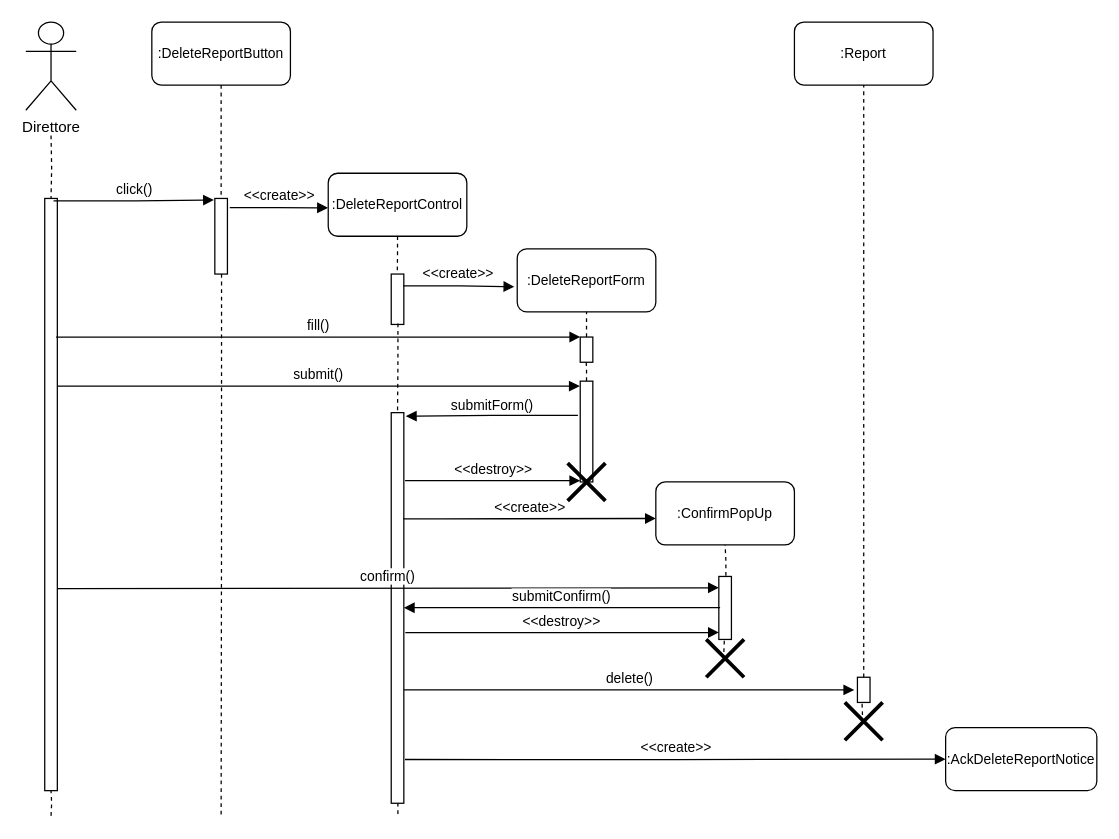
Before: Documentazione/Resources/Sequence Diagram DeleteReport.drawio in Alberto-00/EasyPass, a draw.io diagram. Source tidied: cells renumbered, new cells numbered last; positions are measured from the earlier drawing's top-left corner, leaving out a move shared by most shapes. Both pictures are drawn from the tidied source at 126%, with x=0, y=0 at pixel (25, 21).
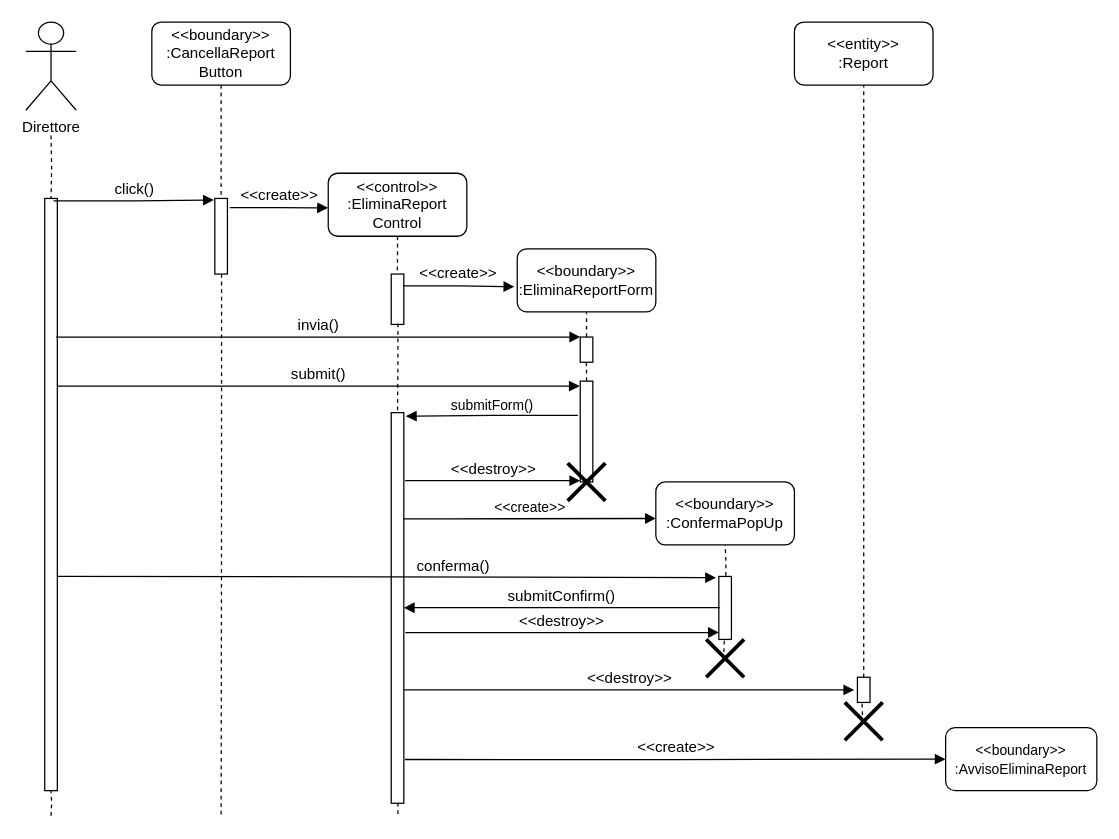
The same page after the edit.

Commit message (it also covers changes not shown here):
Sequence e Class Diagram

The change refers to these unchanged cells:
```xml
<mxCell id="4" style="html=1;points=[];perimeter=orthogonalPerimeter;" parent="1" vertex="1">
  <mxGeometry x="15" y="140" width="10" height="470" as="geometry" />
</mxCell>
<mxCell id="8" style="html=1;points=[];perimeter=orthogonalPerimeter;" parent="1" vertex="1">
  <mxGeometry x="150" y="140" width="10" height="60" as="geometry" />
</mxCell>
<mxCell id="12" style="html=1;points=[];perimeter=orthogonalPerimeter;" parent="1" vertex="1">
  <mxGeometry x="290" y="200" width="10" height="40" as="geometry" />
</mxCell>
<mxCell id="22" style="html=1;points=[];perimeter=orthogonalPerimeter;" parent="1" vertex="1">
  <mxGeometry x="290" y="310" width="10" height="310" as="geometry" />
</mxCell>
<mxCell id="24" style="html=1;points=[];perimeter=orthogonalPerimeter;" parent="1" vertex="1">
  <mxGeometry x="440" y="285" width="10" height="80" as="geometry" />
</mxCell>
<mxCell id="30" style="html=1;points=[];perimeter=orthogonalPerimeter;" parent="1" vertex="1">
  <mxGeometry x="660" y="520" width="10" height="20" as="geometry" />
</mxCell>
<mxCell id="34" style="html=1;points=[];perimeter=orthogonalPerimeter;" parent="1" vertex="1">
  <mxGeometry x="550" y="440" width="10" height="50" as="geometry" />
</mxCell>
```

What changed in the source:
```diff
@@
-    <mxCell id="5" value="click()" style="html=1;verticalAlign=bottom;endArrow=block;rounded=0;edgeStyle=orthogonalEdgeStyle;entryX=-0.071;entryY=0.02;entryDx=0;entryDy=0;entryPerimeter=0;exitX=0.7;exitY=0.004;exitDx=0;exitDy=0;exitPerimeter=0;" parent="1" edge="1" source="4" target="8">
+    <mxCell id="5" value="&lt;font style=&quot;font-size: 12px&quot;&gt;click()&lt;/font&gt;" style="html=1;verticalAlign=bottom;endArrow=block;rounded=0;edgeStyle=orthogonalEdgeStyle;entryX=-0.071;entryY=0.02;entryDx=0;entryDy=0;entryPerimeter=0;exitX=0.7;exitY=0.004;exitDx=0;exitDy=0;exitPerimeter=0;" parent="1" edge="1" source="4" target="8">
       <mxGeometry relative="1" as="geometry" />
     </mxCell>
-    <mxCell id="6" value="&lt;font style=&quot;font-size: 11px&quot;&gt;:DeleteReportButton&lt;/font&gt;" style="rounded=1;whiteSpace=wrap;html=1;" parent="1" vertex="1">
+    <mxCell id="6" value="&lt;font style=&quot;font-size: 12px&quot;&gt;&amp;lt;&amp;lt;boundary&amp;gt;&amp;gt;&lt;br&gt;:CancellaReport&lt;br&gt;Button&lt;/font&gt;" style="rounded=1;whiteSpace=wrap;html=1;" parent="1" vertex="1">
       <mxGeometry x="100" width="110" height="50" as="geometry" />
     </mxCell>
@@
-    <mxCell id="9" value="&amp;lt;&amp;lt;create&amp;gt;&amp;gt;" style="html=1;verticalAlign=bottom;endArrow=block;rounded=0;edgeStyle=orthogonalEdgeStyle;exitX=1.186;exitY=0.121;exitDx=0;exitDy=0;exitPerimeter=0;entryX=-0.002;entryY=0.549;entryDx=0;entryDy=0;entryPerimeter=0;" parent="1" edge="1" source="8" target="10">
+    <mxCell id="9" value="&lt;font style=&quot;font-size: 12px&quot;&gt;&amp;lt;&amp;lt;create&amp;gt;&amp;gt;&lt;/font&gt;" style="html=1;verticalAlign=bottom;endArrow=block;rounded=0;edgeStyle=orthogonalEdgeStyle;exitX=1.186;exitY=0.121;exitDx=0;exitDy=0;exitPerimeter=0;entryX=-0.002;entryY=0.549;entryDx=0;entryDy=0;entryPerimeter=0;" parent="1" edge="1" source="8" target="10">
       <mxGeometry relative="1" as="geometry" />
     </mxCell>
-    <mxCell id="10" value="&lt;font style=&quot;font-size: 11px&quot;&gt;:DeleteReportControl&lt;/font&gt;" style="rounded=1;whiteSpace=wrap;html=1;" parent="1" vertex="1">
+    <mxCell id="10" value="&lt;font style=&quot;font-size: 12px&quot;&gt;&amp;lt;&amp;lt;control&amp;gt;&amp;gt;&lt;br&gt;:EliminaReport&lt;br&gt;Control&lt;/font&gt;" style="rounded=1;whiteSpace=wrap;html=1;" parent="1" vertex="1">
       <mxGeometry x="240" y="120" width="110" height="50" as="geometry" />
     </mxCell>
@@
-    <mxCell id="13" value="&amp;lt;&amp;lt;create&amp;gt;&amp;gt;" style="html=1;verticalAlign=bottom;endArrow=block;rounded=0;edgeStyle=orthogonalEdgeStyle;exitX=0.945;exitY=0.234;exitDx=0;exitDy=0;exitPerimeter=0;entryX=-0.021;entryY=0.601;entryDx=0;entryDy=0;entryPerimeter=0;" parent="1" edge="1" source="12" target="14">
+    <mxCell id="13" value="&lt;font style=&quot;font-size: 12px&quot;&gt;&amp;lt;&amp;lt;create&amp;gt;&amp;gt;&lt;/font&gt;" style="html=1;verticalAlign=bottom;endArrow=block;rounded=0;edgeStyle=orthogonalEdgeStyle;exitX=0.945;exitY=0.234;exitDx=0;exitDy=0;exitPerimeter=0;entryX=-0.021;entryY=0.601;entryDx=0;entryDy=0;entryPerimeter=0;" parent="1" edge="1" source="12" target="14">
       <mxGeometry relative="1" as="geometry" />
     </mxCell>
-    <mxCell id="14" value="&lt;font style=&quot;font-size: 11px&quot;&gt;:DeleteReportForm&lt;/font&gt;" style="rounded=1;whiteSpace=wrap;html=1;" parent="1" vertex="1">
+    <mxCell id="14" value="&lt;font style=&quot;font-size: 12px&quot;&gt;&amp;lt;&amp;lt;boundary&amp;gt;&amp;gt;&lt;br&gt;:EliminaReportForm&lt;/font&gt;" style="rounded=1;whiteSpace=wrap;html=1;" parent="1" vertex="1">
       <mxGeometry x="390" y="180" width="110" height="50" as="geometry" />
     </mxCell>
@@
-    <mxCell id="17" value="fill()" style="html=1;verticalAlign=bottom;endArrow=block;rounded=0;edgeStyle=orthogonalEdgeStyle;exitX=0.9;exitY=0.234;exitDx=0;exitDy=0;exitPerimeter=0;" parent="1" edge="1" source="4">
+    <mxCell id="17" value="&lt;font style=&quot;font-size: 12px&quot;&gt;invia()&lt;/font&gt;" style="html=1;verticalAlign=bottom;endArrow=block;rounded=0;edgeStyle=orthogonalEdgeStyle;exitX=0.9;exitY=0.234;exitDx=0;exitDy=0;exitPerimeter=0;" parent="1" edge="1" source="4">
       <mxGeometry relative="1" as="geometry">
         <mxPoint x="440" y="250" as="targetPoint" />
       </mxGeometry>
     </mxCell>
-    <mxCell id="18" value="submit()" style="html=1;verticalAlign=bottom;endArrow=block;rounded=0;edgeStyle=orthogonalEdgeStyle;exitX=1;exitY=0.317;exitDx=0;exitDy=0;exitPerimeter=0;entryX=-0.037;entryY=0.049;entryDx=0;entryDy=0;entryPerimeter=0;" parent="1" edge="1" source="4" target="24">
+    <mxCell id="18" value="&lt;font style=&quot;font-size: 12px&quot;&gt;submit()&lt;/font&gt;" style="html=1;verticalAlign=bottom;endArrow=block;rounded=0;edgeStyle=orthogonalEdgeStyle;exitX=1;exitY=0.317;exitDx=0;exitDy=0;exitPerimeter=0;entryX=-0.037;entryY=0.049;entryDx=0;entryDy=0;entryPerimeter=0;" parent="1" edge="1" source="4" target="24">
       <mxGeometry relative="1" as="geometry" />
     </mxCell>
@@
-    <mxCell id="26" value="&amp;lt;&amp;lt;destroy&amp;gt;&amp;gt;" style="html=1;verticalAlign=bottom;endArrow=block;rounded=0;edgeStyle=orthogonalEdgeStyle;" parent="1" edge="1">
+    <mxCell id="26" value="&lt;font style=&quot;font-size: 12px&quot;&gt;&amp;lt;&amp;lt;destroy&amp;gt;&amp;gt;&lt;/font&gt;" style="html=1;verticalAlign=bottom;endArrow=block;rounded=0;edgeStyle=orthogonalEdgeStyle;" parent="1" edge="1">
       <mxGeometry relative="1" as="geometry">
         <mxPoint x="301" y="364" as="sourcePoint" />
         <mxPoint x="440" y="364" as="targetPoint" />
       </mxGeometry>
     </mxCell>
@@
-    <mxCell id="28" value="&lt;span style=&quot;font-size: 11px&quot;&gt;:Report&lt;/span&gt;" style="rounded=1;whiteSpace=wrap;html=1;" parent="1" vertex="1">
+    <mxCell id="28" value="&lt;font style=&quot;font-size: 12px&quot;&gt;&amp;lt;&amp;lt;entity&amp;gt;&amp;gt;&lt;br&gt;:Report&lt;/font&gt;" style="rounded=1;whiteSpace=wrap;html=1;" parent="1" vertex="1">
       <mxGeometry x="610" width="110" height="50" as="geometry" />
     </mxCell>
@@
-    <mxCell id="32" value="&lt;span style=&quot;font-size: 11px&quot;&gt;:ConfirmPopUp&lt;/span&gt;" style="rounded=1;whiteSpace=wrap;html=1;" parent="1" vertex="1">
+    <mxCell id="32" value="&lt;span&gt;&amp;lt;&amp;lt;boundary&amp;gt;&amp;gt;&lt;br&gt;:ConfermaPopUp&lt;/span&gt;" style="rounded=1;whiteSpace=wrap;html=1;" parent="1" vertex="1">
       <mxGeometry x="500" y="365" width="110" height="50" as="geometry" />
     </mxCell>
@@
-    <mxCell id="35" value="confirm()" style="html=1;verticalAlign=bottom;endArrow=block;rounded=0;edgeStyle=orthogonalEdgeStyle;exitX=1.02;exitY=0.659;exitDx=0;exitDy=0;exitPerimeter=0;" parent="1" edge="1" source="4">
-      <mxGeometry relative="1" as="geometry">
-        <mxPoint x="550" y="449" as="targetPoint" />
-        <Array as="points">
-          <mxPoint x="30" y="450" />
-        </Array>
-      </mxGeometry>
+    <mxCell id="35" value="&lt;font style=&quot;font-size: 12px&quot;&gt;conferma()&lt;/font&gt;" style="html=1;verticalAlign=bottom;endArrow=block;rounded=0;exitX=0.976;exitY=0.638;exitDx=0;exitDy=0;exitPerimeter=0;entryX=-0.221;entryY=0.019;entryDx=0;entryDy=0;entryPerimeter=0;" parent="1" edge="1" source="4" target="34">
+      <mxGeometry x="0.2" relative="1" as="geometry" />
     </mxCell>
-    <mxCell id="36" value="submitConfirm()" style="html=1;verticalAlign=bottom;endArrow=block;rounded=0;edgeStyle=orthogonalEdgeStyle;" parent="1" edge="1">
+    <mxCell id="36" value="&lt;font style=&quot;font-size: 12px&quot;&gt;submitConfirm()&lt;/font&gt;" style="html=1;verticalAlign=bottom;endArrow=block;rounded=0;edgeStyle=orthogonalEdgeStyle;" parent="1" edge="1">
       <mxGeometry relative="1" as="geometry">
         <mxPoint x="551" y="464.8" as="sourcePoint" />
         <mxPoint x="300" y="464.8" as="targetPoint" />
         <Array as="points">
           <mxPoint x="551" y="464.8" />
           <mxPoint x="300" y="464.8" />
         </Array>
       </mxGeometry>
     </mxCell>
-    <mxCell id="37" value="&amp;lt;&amp;lt;destroy&amp;gt;&amp;gt;" style="html=1;verticalAlign=bottom;endArrow=block;rounded=0;edgeStyle=orthogonalEdgeStyle;exitX=1.12;exitY=0.563;exitDx=0;exitDy=0;exitPerimeter=0;entryX=0;entryY=0.89;entryDx=0;entryDy=0;entryPerimeter=0;" parent="1" edge="1" source="22" target="34">
+    <mxCell id="37" value="&lt;font style=&quot;font-size: 12px&quot;&gt;&amp;lt;&amp;lt;destroy&amp;gt;&amp;gt;&lt;/font&gt;" style="html=1;verticalAlign=bottom;endArrow=block;rounded=0;edgeStyle=orthogonalEdgeStyle;exitX=1.12;exitY=0.563;exitDx=0;exitDy=0;exitPerimeter=0;entryX=0;entryY=0.89;entryDx=0;entryDy=0;entryPerimeter=0;" parent="1" edge="1" source="22" target="34">
       <mxGeometry relative="1" as="geometry" />
     </mxCell>
@@
-    <mxCell id="40" value="delete()" style="html=1;verticalAlign=bottom;endArrow=block;rounded=0;edgeStyle=orthogonalEdgeStyle;exitX=1;exitY=0.71;exitDx=0;exitDy=0;exitPerimeter=0;entryX=-0.252;entryY=0.503;entryDx=0;entryDy=0;entryPerimeter=0;" parent="1" edge="1" source="22" target="30">
+    <mxCell id="40" value="&lt;font style=&quot;font-size: 12px&quot;&gt;&amp;lt;&amp;lt;destroy&amp;gt;&amp;gt;&lt;/font&gt;" style="html=1;verticalAlign=bottom;endArrow=block;rounded=0;edgeStyle=orthogonalEdgeStyle;exitX=1;exitY=0.71;exitDx=0;exitDy=0;exitPerimeter=0;entryX=-0.252;entryY=0.503;entryDx=0;entryDy=0;entryPerimeter=0;" parent="1" edge="1" source="22" target="30">
       <mxGeometry relative="1" as="geometry" />
     </mxCell>
@@
-    <mxCell id="43" value="&amp;lt;&amp;lt;create&amp;gt;&amp;gt;" style="html=1;verticalAlign=bottom;endArrow=block;rounded=0;edgeStyle=orthogonalEdgeStyle;exitX=1.093;exitY=0.888;exitDx=0;exitDy=0;exitPerimeter=0;entryX=0;entryY=0.5;entryDx=0;entryDy=0;" parent="1" edge="1" source="22" target="44">
+    <mxCell id="43" value="&lt;font style=&quot;font-size: 12px&quot;&gt;&amp;lt;&amp;lt;create&amp;gt;&amp;gt;&lt;/font&gt;" style="html=1;verticalAlign=bottom;endArrow=block;rounded=0;edgeStyle=orthogonalEdgeStyle;exitX=1.093;exitY=0.888;exitDx=0;exitDy=0;exitPerimeter=0;entryX=0;entryY=0.5;entryDx=0;entryDy=0;" parent="1" edge="1" source="22" target="44">
       <mxGeometry relative="1" as="geometry" />
     </mxCell>
-    <mxCell id="44" value="&lt;span style=&quot;font-size: 11px&quot;&gt;:AckDeleteReportNotice&lt;/span&gt;" style="rounded=1;whiteSpace=wrap;html=1;" parent="1" vertex="1">
+    <mxCell id="44" value="&lt;span style=&quot;font-size: 11px&quot;&gt;&amp;lt;&amp;lt;boundary&amp;gt;&amp;gt;&lt;br&gt;:AvvisoEliminaReport&lt;/span&gt;" style="rounded=1;whiteSpace=wrap;html=1;" parent="1" vertex="1">
       <mxGeometry x="730" y="560" width="120" height="50" as="geometry" />
     </mxCell>
```
